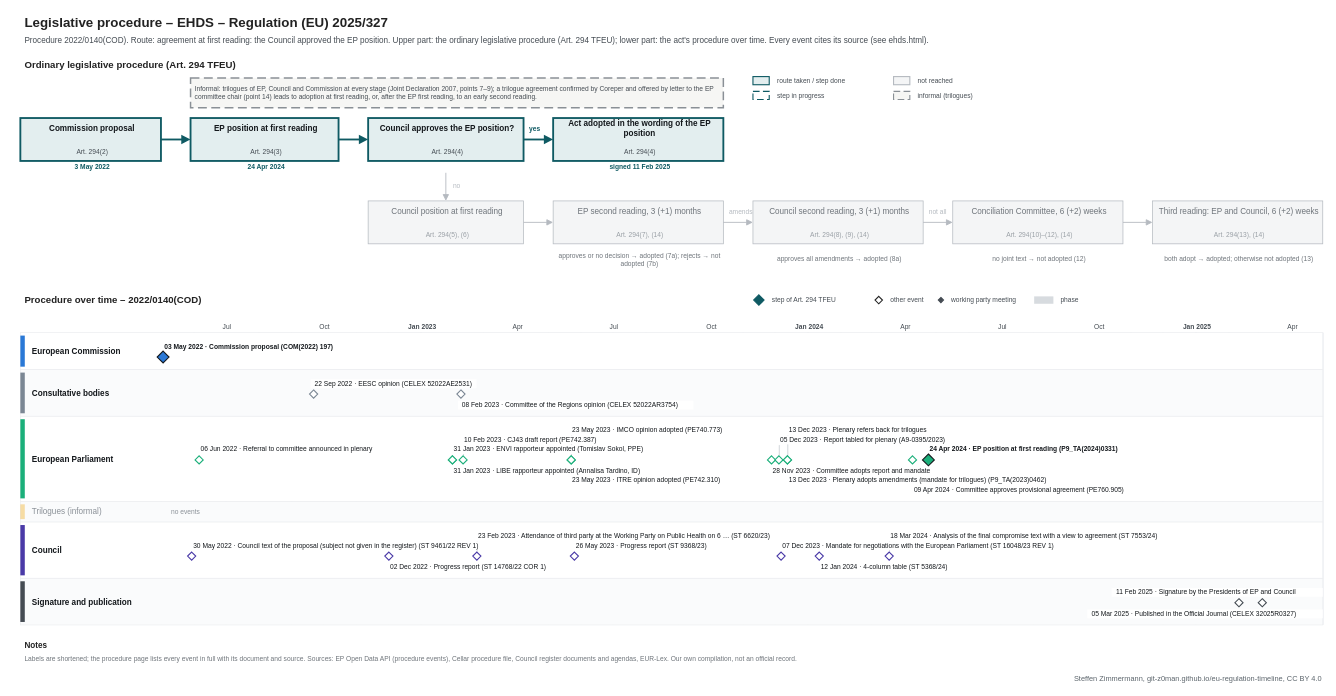
git-z0man/eu-regulation-timeline keeps this draw.io diagram as procedures/ehds.drawio. Above is the earlier version. Source tidied: cells renumbered, new cells numbered last; positions are measured from the earlier drawing's top-left corner, leaving out a move shared by most shapes. Both pictures are drawn from the tidied source at 74%, with x=0, y=0 at pixel (13, 13).
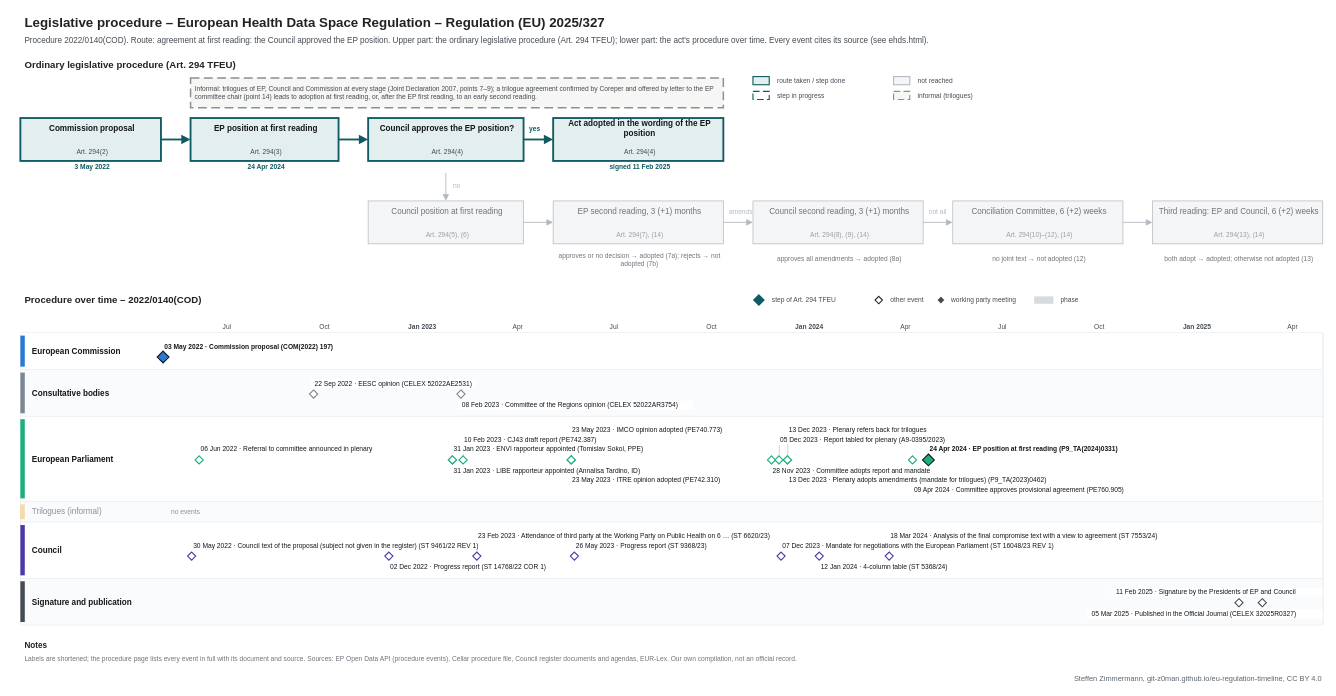
The same page after the edit.

Diff of the diagram source:
```diff
@@
-    <mxCell id="2" value="Legislative procedure – EHDS – Regulation (EU) 2025/327" style="text;html=1;fontSize=18;fontColor=#222222;align=left;verticalAlign=middle;spacingLeft=4;fontStyle=1;" parent="1" vertex="1">
+    <mxCell id="2" value="Legislative procedure – European Health Data Space Regulation – Regulation (EU) 2025/327" style="text;html=1;fontSize=18;fontColor=#222222;align=left;verticalAlign=middle;spacingLeft=4;fontStyle=1;" parent="1" vertex="1">
       <mxGeometry x="10" width="1600" height="28" as="geometry" />
     </mxCell>
```
